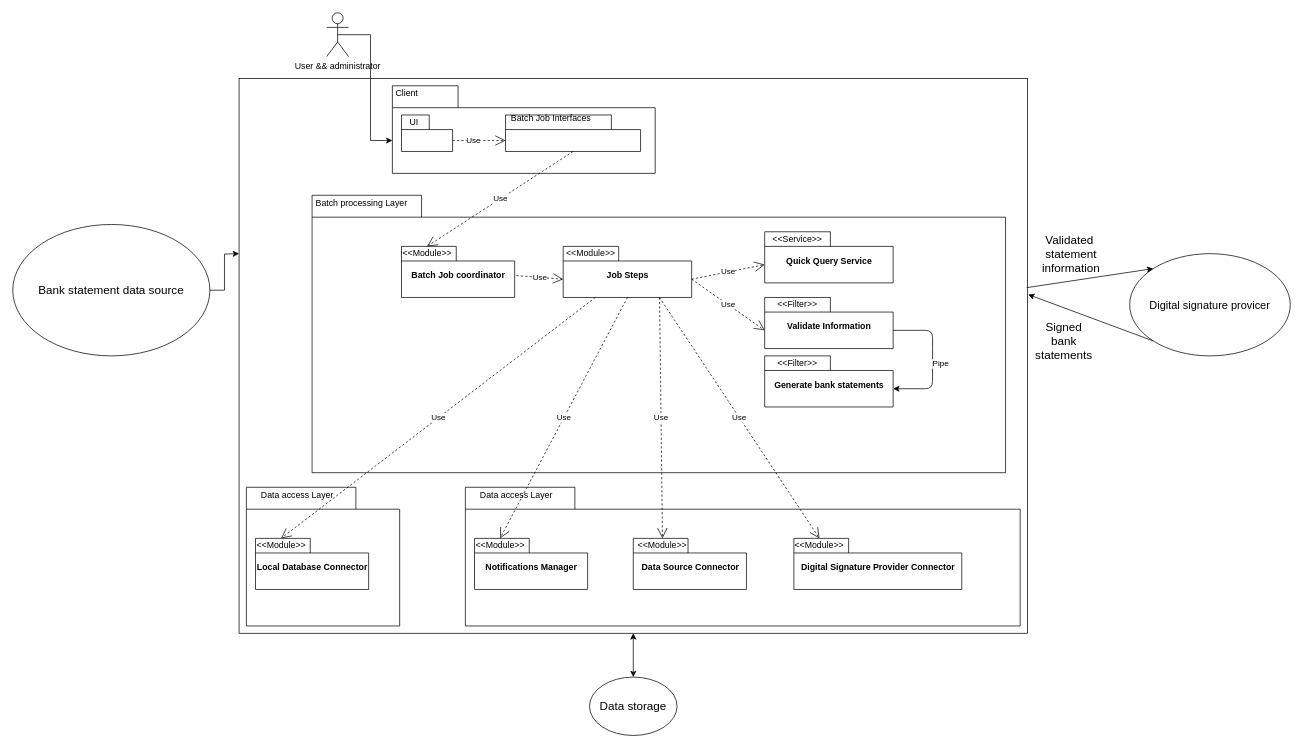
181850036/CONFIG12 keeps this draw.io diagram as ModelView.drawio. Above is the earlier version. Source tidied: cells renumbered, new cells numbered last; positions are measured from the earlier drawing's top-left corner, leaving out a move shared by most shapes. Both pictures are drawn from the tidied source at 73%, with x=0, y=0 at pixel (12, 12).
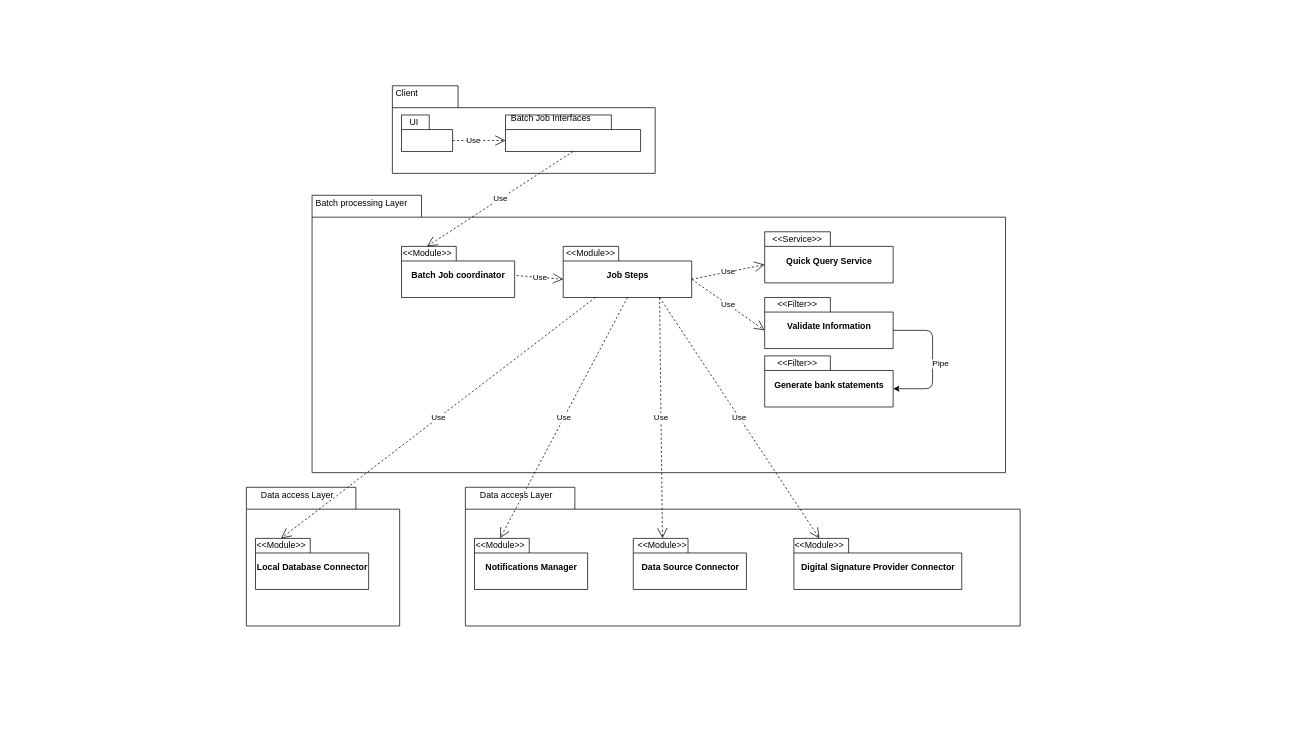
Above is the later version.

Unchanged cells that the change refers to:
```xml
<mxCell id="5" style="shape=folder;fontStyle=1;spacingTop=10;tabWidth=90;tabHeight=30;tabPosition=left;html=1;" parent="1" vertex="1">
  <mxGeometry x="520" y="100" width="360" height="120" as="geometry" />
</mxCell>
```

What changed in the source:
```diff
@@
-    <mxCell id="2" style="rounded=0;whiteSpace=wrap;html=1;" parent="1" vertex="1">
-      <mxGeometry x="310" y="90" width="1080" height="760" as="geometry" />
-    </mxCell>
@@
-    <mxCell id="44" style="edgeStyle=orthogonalEdgeStyle;rounded=0;jettySize=auto;html=1;exitX=0.5;exitY=0.5;exitDx=0;exitDy=0;exitPerimeter=0;entryX=0;entryY=0;entryDx=0;entryDy=75;entryPerimeter=0;" parent="1" edge="1" source="45" target="5">
-      <mxGeometry relative="1" as="geometry" />
-    </mxCell>
-    <mxCell id="45" value="User &amp;amp;&amp;amp;&amp;nbsp;administrator" style="shape=umlActor;verticalLabelPosition=bottom;verticalAlign=top;html=1;gradientColor=none;" parent="1" vertex="1">
-      <mxGeometry x="430" width="30" height="60" as="geometry" />
-    </mxCell>
-    <mxCell id="46" style="edgeStyle=orthogonalEdgeStyle;rounded=0;jettySize=auto;html=1;exitX=1;exitY=0.5;exitDx=0;exitDy=0;" parent="1" edge="1" source="47">
-      <mxGeometry relative="1" as="geometry">
-        <mxPoint x="310" y="330" as="targetPoint" />
-      </mxGeometry>
-    </mxCell>
-    <mxCell id="47" value="&lt;font style=&quot;font-size: 16px&quot;&gt;Bank statement data source&lt;/font&gt;" style="ellipse;whiteSpace=wrap;html=1;gradientColor=none;" parent="1" vertex="1">
-      <mxGeometry y="290" width="270" height="180" as="geometry" />
-    </mxCell>
-    <mxCell id="48" value="&lt;font style=&quot;font-size: 15px&quot;&gt;Digital signature provicer&lt;/font&gt;" style="ellipse;whiteSpace=wrap;html=1;gradientColor=none;" parent="1" vertex="1">
-      <mxGeometry x="1530" y="330" width="220" height="140" as="geometry" />
-    </mxCell>
-    <mxCell id="49" style="endArrow=classic;html=1;exitX=0.999;exitY=0.377;exitDx=0;exitDy=0;exitPerimeter=0;entryX=0;entryY=0;entryDx=0;entryDy=0;" parent="1" edge="1" source="2" target="48">
-      <mxGeometry relative="1" as="geometry" />
-    </mxCell>
-    <mxCell id="50" style="endArrow=classic;html=1;exitX=0;exitY=1;exitDx=0;exitDy=0;" parent="1" edge="1" source="48">
-      <mxGeometry relative="1" as="geometry">
-        <mxPoint x="1391" y="386" as="targetPoint" />
-      </mxGeometry>
-    </mxCell>
-    <mxCell id="51" value="&lt;font style=&quot;font-size: 16px&quot;&gt;Validated&amp;nbsp; statement information&lt;/font&gt;" style="text;html=1;strokeColor=none;fillColor=none;align=center;verticalAlign=middle;whiteSpace=wrap;rounded=0;" parent="1" vertex="1">
-      <mxGeometry x="1430" y="320" width="40" height="20" as="geometry" />
-    </mxCell>
-    <mxCell id="52" value="&lt;font style=&quot;font-size: 16px&quot;&gt;Signed bank statements&lt;/font&gt;" style="text;html=1;strokeColor=none;fillColor=none;align=center;verticalAlign=middle;whiteSpace=wrap;rounded=0;" parent="1" vertex="1">
-      <mxGeometry x="1420" y="440" width="40" height="20" as="geometry" />
-    </mxCell>
-    <mxCell id="53" value="&lt;font style=&quot;font-size: 16px&quot;&gt;Data storage&lt;/font&gt;" style="ellipse;whiteSpace=wrap;html=1;gradientColor=none;" parent="1" vertex="1">
-      <mxGeometry x="790" y="910" width="120" height="80" as="geometry" />
-    </mxCell>
-    <mxCell id="54" style="edgeStyle=orthogonalEdgeStyle;rounded=0;orthogonalLoop=1;jettySize=auto;html=1;exitX=0.5;exitY=1;exitDx=0;exitDy=0;" parent="1" edge="1" source="2" target="2">
-      <mxGeometry relative="1" as="geometry" />
+    <mxCell id="54" style="edgeStyle=orthogonalEdgeStyle;rounded=0;orthogonalLoop=1;jettySize=auto;html=1;exitX=0.5;exitY=1;exitDx=0;exitDy=0;" parent="1" edge="1">
+      <mxGeometry relative="1" as="geometry">
+        <mxPoint x="850" y="850" as="sourcePoint" />
+        <mxPoint x="850" y="850" as="targetPoint" />
+      </mxGeometry>
     </mxCell>
-    <mxCell id="55" style="endArrow=classic;startArrow=classic;html=1;exitX=0.5;exitY=0;exitDx=0;exitDy=0;" parent="1" edge="1" source="53">
-      <mxGeometry relative="1" as="geometry">
-        <mxPoint x="850" y="850" as="targetPoint" />
-      </mxGeometry>
-    </mxCell>
```
